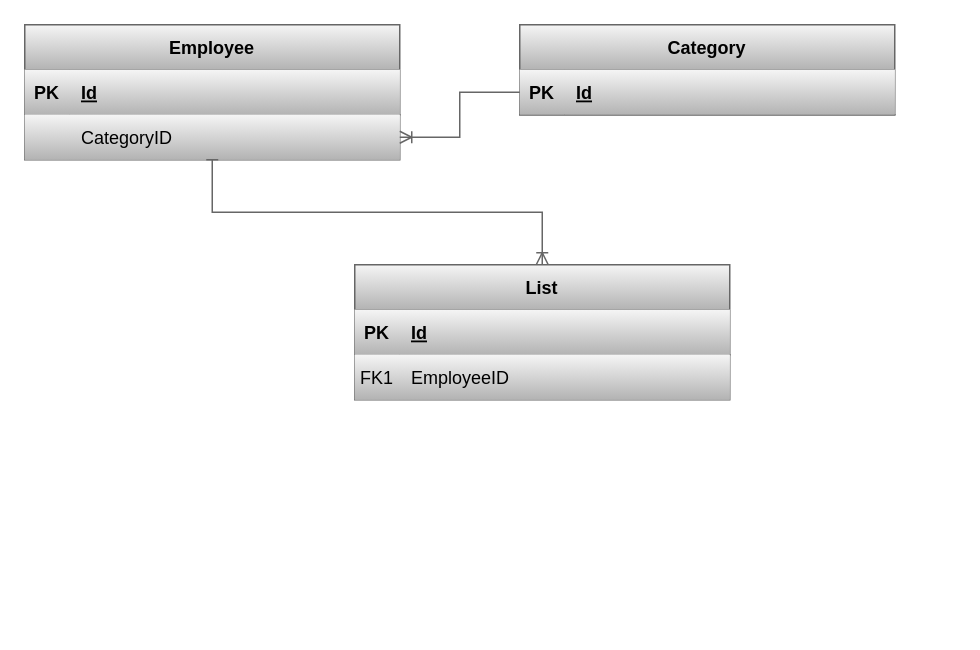
Above: Diagrama sin título.drawio in Guitarra2428/DBADiagram (draw.io), before the change. Source tidied: cells renumbered, new cells numbered last; positions are measured from the earlier drawing's top-left corner, leaving out a move shared by most shapes. Both pictures are drawn from the tidied source at 150%, with x=0, y=0 at pixel (24, 24).
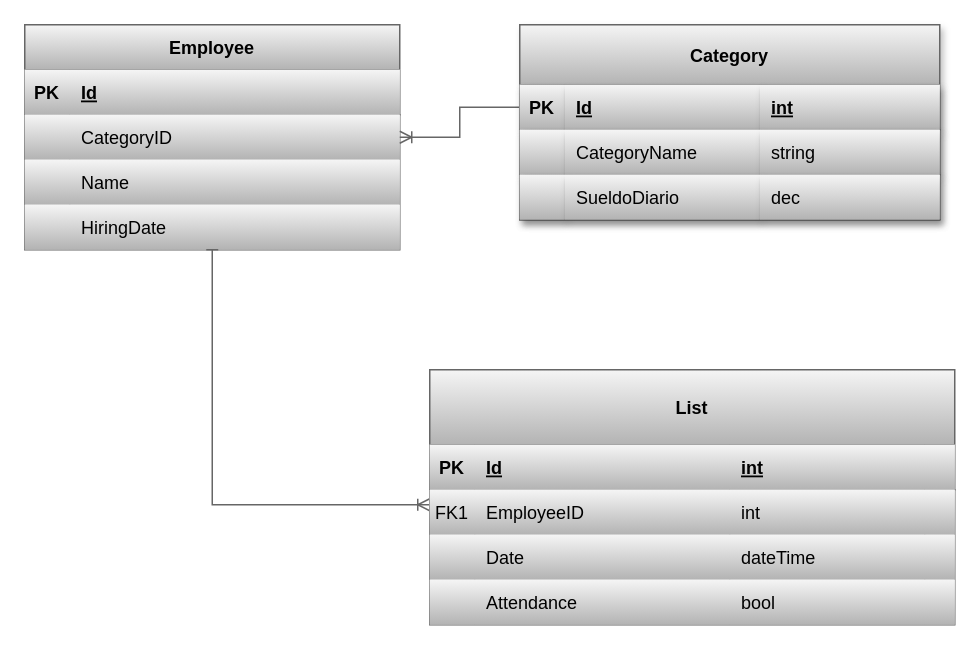
Above is the later version.

Diff of the diagram source:
```diff
@@
-    <mxCell id="2" value="Category" style="shape=table;startSize=30;childLayout=tableLayout;rowLines=0;fontStyle=1;align=center;fillColor=#f5f5f5;strokeColor=#666666;gradientColor=#b3b3b3;rounded=0;" parent="1" vertex="1">
-      <mxGeometry x="330" width="250" height="60" as="geometry" />
-    </mxCell>
-    <mxCell id="3" style="shape=partialRectangle;fillColor=#f5f5f5;points=[[0,0.5],[1,0.5]];portConstraint=eastwest;top=0;left=0;right=0;bottom=1;strokeColor=#666666;gradientColor=#b3b3b3;rounded=0;" parent="2" vertex="1">
-      <mxGeometry y="30" width="250" height="30" as="geometry" />
-    </mxCell>
-    <mxCell id="4" value="PK" style="shape=partialRectangle;overflow=hidden;fillColor=#f5f5f5;top=0;left=0;bottom=0;right=0;fontStyle=1;strokeColor=#666666;gradientColor=#b3b3b3;rounded=0;" parent="3" vertex="1">
-      <mxGeometry width="30" height="30" as="geometry" />
-    </mxCell>
-    <mxCell id="5" value="Id" style="shape=partialRectangle;overflow=hidden;fillColor=#f5f5f5;top=0;left=0;bottom=0;right=0;align=left;spacingLeft=6;fontStyle=5;strokeColor=#666666;gradientColor=#b3b3b3;rounded=0;" parent="3" vertex="1">
-      <mxGeometry x="30" width="220" height="30" as="geometry" />
-    </mxCell>
     <mxCell id="6" value="Employee" style="shape=table;startSize=30;childLayout=tableLayout;rowLines=0;fontStyle=1;align=center;fillColor=#f5f5f5;strokeColor=#666666;gradientColor=#b3b3b3;rounded=0;" parent="1" vertex="1">
-      <mxGeometry width="250" height="90" as="geometry" />
+      <mxGeometry width="250" height="150" as="geometry" />
     </mxCell>
@@
+    <mxCell id="22" style="shape=partialRectangle;fillColor=#f5f5f5;top=0;left=0;right=0;bottom=0;strokeColor=#666666;gradientColor=#b3b3b3;rounded=0;" parent="6" vertex="1">
+      <mxGeometry y="90" width="250" height="30" as="geometry" />
+    </mxCell>
+    <mxCell id="23" style="shape=partialRectangle;overflow=hidden;fillColor=#f5f5f5;top=0;left=0;bottom=0;right=0;strokeColor=#666666;gradientColor=#b3b3b3;rounded=0;" parent="22" vertex="1">
+      <mxGeometry width="30" height="30" as="geometry" />
+    </mxCell>
+    <mxCell id="24" value="Name" style="shape=partialRectangle;overflow=hidden;fillColor=#f5f5f5;top=0;left=0;bottom=0;right=0;align=left;spacingLeft=6;strokeColor=#666666;gradientColor=#b3b3b3;rounded=0;" parent="22" vertex="1">
+      <mxGeometry x="30" width="220" height="30" as="geometry" />
+    </mxCell>
+    <mxCell id="25" style="shape=partialRectangle;fillColor=#f5f5f5;top=0;left=0;right=0;bottom=0;strokeColor=#666666;gradientColor=#b3b3b3;rounded=0;" parent="6" vertex="1">
+      <mxGeometry y="120" width="250" height="30" as="geometry" />
+    </mxCell>
+    <mxCell id="26" style="shape=partialRectangle;overflow=hidden;fillColor=#f5f5f5;top=0;left=0;bottom=0;right=0;strokeColor=#666666;gradientColor=#b3b3b3;rounded=0;" parent="25" vertex="1">
+      <mxGeometry width="30" height="30" as="geometry" />
+    </mxCell>
+    <mxCell id="27" value="HiringDate" style="shape=partialRectangle;overflow=hidden;fillColor=#f5f5f5;top=0;left=0;bottom=0;right=0;align=left;spacingLeft=6;strokeColor=#666666;gradientColor=#b3b3b3;rounded=0;" parent="25" vertex="1">
+      <mxGeometry x="30" width="220" height="30" as="geometry" />
+    </mxCell>
@@
     <mxCell id="14" style="edgeStyle=orthogonalEdgeStyle;rounded=0;jettySize=auto;html=1;endArrow=baseDash;endFill=0;startArrow=ERoneToMany;startFill=0;fillColor=#f5f5f5;strokeColor=#666666;gradientColor=#b3b3b3;entryX=0.5;entryY=1;entryDx=0;entryDy=0;" parent="1" edge="1" source="15" target="6">
-      <mxGeometry relative="1" as="geometry" />
+      <mxGeometry relative="1" as="geometry">
+        <Array as="points">
+          <mxPoint x="125" y="320" />
+        </Array>
+      </mxGeometry>
     </mxCell>
-    <mxCell id="15" value="List" style="shape=table;startSize=30;childLayout=tableLayout;rowLines=0;fontStyle=1;align=center;fillColor=#f5f5f5;strokeColor=#666666;gradientColor=#b3b3b3;rounded=0;" parent="1" vertex="1">
-      <mxGeometry x="220" y="160" width="250" height="90" as="geometry" />
+    <mxCell id="15" value="List" style="shape=table;startSize=50;childLayout=tableLayout;rowLines=0;fontStyle=1;align=center;fillColor=#f5f5f5;strokeColor=#666666;gradientColor=#b3b3b3;rounded=0;" parent="1" vertex="1">
+      <mxGeometry x="270" y="230" width="350" height="170" as="geometry" />
     </mxCell>
     <mxCell id="16" style="shape=partialRectangle;fillColor=#f5f5f5;top=0;left=0;right=0;bottom=1;strokeColor=#666666;gradientColor=#b3b3b3;rounded=0;" parent="15" vertex="1">
-      <mxGeometry y="30" width="250" height="30" as="geometry" />
+      <mxGeometry y="50" width="350" height="30" as="geometry" />
     </mxCell>
@@
     <mxCell id="18" value="Id" style="shape=partialRectangle;overflow=hidden;fillColor=#f5f5f5;top=0;left=0;bottom=0;right=0;align=left;spacingLeft=6;fontStyle=5;strokeColor=#666666;gradientColor=#b3b3b3;rounded=0;" parent="16" vertex="1">
-      <mxGeometry x="30" width="220" height="30" as="geometry" />
+      <mxGeometry x="30" width="170" height="30" as="geometry" />
     </mxCell>
+    <mxCell id="28" value="int" style="shape=partialRectangle;overflow=hidden;fillColor=#f5f5f5;top=0;left=0;bottom=0;right=0;align=left;spacingLeft=6;fontStyle=5;strokeColor=#666666;gradientColor=#b3b3b3;rounded=0;" parent="16" vertex="1">
+      <mxGeometry x="200" width="130" height="30" as="geometry" />
+    </mxCell>
+    <mxCell id="29" style="shape=partialRectangle;overflow=hidden;fillColor=#f5f5f5;top=0;left=0;bottom=0;right=0;align=left;spacingLeft=6;fontStyle=5;strokeColor=#666666;gradientColor=#b3b3b3;rounded=0;" parent="16" vertex="1">
+      <mxGeometry x="330" width="20" height="30" as="geometry" />
+    </mxCell>
     <mxCell id="19" style="shape=partialRectangle;fillColor=#f5f5f5;top=0;left=0;right=0;bottom=0;strokeColor=#666666;gradientColor=#b3b3b3;rounded=0;" parent="15" vertex="1">
-      <mxGeometry y="60" width="250" height="30" as="geometry" />
+      <mxGeometry y="80" width="350" height="30" as="geometry" />
     </mxCell>
@@
     <mxCell id="21" value="EmployeeID" style="shape=partialRectangle;overflow=hidden;fillColor=#f5f5f5;top=0;left=0;bottom=0;right=0;align=left;spacingLeft=6;strokeColor=#666666;gradientColor=#b3b3b3;rounded=0;" parent="19" vertex="1">
-      <mxGeometry x="30" width="220" height="30" as="geometry" />
+      <mxGeometry x="30" width="170" height="30" as="geometry" />
     </mxCell>
+    <mxCell id="30" value="int" style="shape=partialRectangle;overflow=hidden;fillColor=#f5f5f5;top=0;left=0;bottom=0;right=0;align=left;spacingLeft=6;strokeColor=#666666;gradientColor=#b3b3b3;rounded=0;" parent="19" vertex="1">
+      <mxGeometry x="200" width="130" height="30" as="geometry" />
+    </mxCell>
+    <mxCell id="31" style="shape=partialRectangle;overflow=hidden;fillColor=#f5f5f5;top=0;left=0;bottom=0;right=0;align=left;spacingLeft=6;strokeColor=#666666;gradientColor=#b3b3b3;rounded=0;" parent="19" vertex="1">
+      <mxGeometry x="330" width="20" height="30" as="geometry" />
+    </mxCell>
+    <mxCell id="32" style="shape=partialRectangle;fillColor=#f5f5f5;top=0;left=0;right=0;bottom=0;strokeColor=#666666;gradientColor=#b3b3b3;rounded=0;" parent="15" vertex="1">
+      <mxGeometry y="110" width="350" height="30" as="geometry" />
+    </mxCell>
+    <mxCell id="33" style="shape=partialRectangle;overflow=hidden;fillColor=#f5f5f5;top=0;left=0;bottom=0;right=0;strokeColor=#666666;gradientColor=#b3b3b3;rounded=0;" parent="32" vertex="1">
+      <mxGeometry width="30" height="30" as="geometry" />
+    </mxCell>
+    <mxCell id="34" value="Date" style="shape=partialRectangle;overflow=hidden;fillColor=#f5f5f5;top=0;left=0;bottom=0;right=0;align=left;spacingLeft=6;strokeColor=#666666;gradientColor=#b3b3b3;rounded=0;" parent="32" vertex="1">
+      <mxGeometry x="30" width="170" height="30" as="geometry" />
+    </mxCell>
+    <mxCell id="35" value="dateTime " style="shape=partialRectangle;overflow=hidden;fillColor=#f5f5f5;top=0;left=0;bottom=0;right=0;align=left;spacingLeft=6;strokeColor=#666666;gradientColor=#b3b3b3;rounded=0;" parent="32" vertex="1">
+      <mxGeometry x="200" width="130" height="30" as="geometry" />
+    </mxCell>
+    <mxCell id="36" style="shape=partialRectangle;overflow=hidden;fillColor=#f5f5f5;top=0;left=0;bottom=0;right=0;align=left;spacingLeft=6;strokeColor=#666666;gradientColor=#b3b3b3;rounded=0;" parent="32" vertex="1">
+      <mxGeometry x="330" width="20" height="30" as="geometry" />
+    </mxCell>
+    <mxCell id="37" style="shape=partialRectangle;fillColor=#f5f5f5;top=0;left=0;right=0;bottom=0;strokeColor=#666666;gradientColor=#b3b3b3;rounded=0;" parent="15" vertex="1">
+      <mxGeometry y="140" width="350" height="30" as="geometry" />
+    </mxCell>
+    <mxCell id="38" style="shape=partialRectangle;overflow=hidden;fillColor=#f5f5f5;top=0;left=0;bottom=0;right=0;strokeColor=#666666;gradientColor=#b3b3b3;rounded=0;" parent="37" vertex="1">
+      <mxGeometry width="30" height="30" as="geometry" />
+    </mxCell>
+    <mxCell id="39" value="Attendance" style="shape=partialRectangle;overflow=hidden;fillColor=#f5f5f5;top=0;left=0;bottom=0;right=0;align=left;spacingLeft=6;strokeColor=#666666;gradientColor=#b3b3b3;rounded=0;" parent="37" vertex="1">
+      <mxGeometry x="30" width="170" height="30" as="geometry" />
+    </mxCell>
+    <mxCell id="40" value="bool" style="shape=partialRectangle;overflow=hidden;fillColor=#f5f5f5;top=0;left=0;bottom=0;right=0;align=left;spacingLeft=6;strokeColor=#666666;gradientColor=#b3b3b3;rounded=0;" parent="37" vertex="1">
+      <mxGeometry x="200" width="130" height="30" as="geometry" />
+    </mxCell>
+    <mxCell id="41" style="shape=partialRectangle;overflow=hidden;fillColor=#f5f5f5;top=0;left=0;bottom=0;right=0;align=left;spacingLeft=6;strokeColor=#666666;gradientColor=#b3b3b3;rounded=0;" parent="37" vertex="1">
+      <mxGeometry x="330" width="20" height="30" as="geometry" />
+    </mxCell>
+    <mxCell id="2" value="Category" style="shape=table;startSize=40;childLayout=tableLayout;rowLines=0;fontStyle=1;align=center;fillColor=#f5f5f5;strokeColor=#666666;gradientColor=#b3b3b3;rounded=0;shadow=1;" parent="1" vertex="1">
+      <mxGeometry x="330" width="280" height="130" as="geometry" />
+    </mxCell>
+    <mxCell id="3" style="shape=partialRectangle;fillColor=#f5f5f5;points=[[0,0.5],[1,0.5]];portConstraint=eastwest;top=0;left=0;right=0;bottom=1;strokeColor=#666666;gradientColor=#b3b3b3;rounded=0;shadow=1;" parent="2" vertex="1">
+      <mxGeometry y="40" width="280" height="30" as="geometry" />
+    </mxCell>
+    <mxCell id="4" value="PK" style="shape=partialRectangle;overflow=hidden;fillColor=#f5f5f5;top=0;left=0;bottom=0;right=0;fontStyle=1;strokeColor=#666666;gradientColor=#b3b3b3;rounded=0;shadow=1;" parent="3" vertex="1">
+      <mxGeometry width="30" height="30" as="geometry" />
+    </mxCell>
+    <mxCell id="5" value="Id" style="shape=partialRectangle;overflow=hidden;fillColor=#f5f5f5;top=0;left=0;bottom=0;right=0;align=left;spacingLeft=6;fontStyle=5;strokeColor=#666666;gradientColor=#b3b3b3;rounded=0;shadow=1;" parent="3" vertex="1">
+      <mxGeometry x="30" width="130" height="30" as="geometry" />
+    </mxCell>
+    <mxCell id="42" value="int" style="shape=partialRectangle;overflow=hidden;fillColor=#f5f5f5;top=0;left=0;bottom=0;right=0;align=left;spacingLeft=6;fontStyle=5;strokeColor=#666666;gradientColor=#b3b3b3;rounded=0;shadow=1;" parent="3" vertex="1">
+      <mxGeometry x="160" width="120" height="30" as="geometry" />
+    </mxCell>
+    <mxCell id="43" style="shape=partialRectangle;fillColor=#f5f5f5;top=0;left=0;right=0;bottom=1;strokeColor=#666666;gradientColor=#b3b3b3;rounded=0;shadow=1;" parent="2" vertex="1">
+      <mxGeometry y="70" width="280" height="30" as="geometry" />
+    </mxCell>
+    <mxCell id="44" style="shape=partialRectangle;overflow=hidden;fillColor=#f5f5f5;top=0;left=0;bottom=0;right=0;fontStyle=1;strokeColor=#666666;gradientColor=#b3b3b3;rounded=0;shadow=1;" parent="43" vertex="1">
+      <mxGeometry width="30" height="30" as="geometry" />
+    </mxCell>
+    <mxCell id="45" value="CategoryName" style="shape=partialRectangle;overflow=hidden;fillColor=#f5f5f5;top=0;left=0;bottom=0;right=0;align=left;spacingLeft=6;fontStyle=0;strokeColor=#666666;gradientColor=#b3b3b3;rounded=0;shadow=1;" parent="43" vertex="1">
+      <mxGeometry x="30" width="130" height="30" as="geometry" />
+    </mxCell>
+    <mxCell id="46" value="string" style="shape=partialRectangle;overflow=hidden;fillColor=#f5f5f5;top=0;left=0;bottom=0;right=0;align=left;spacingLeft=6;fontStyle=0;strokeColor=#666666;gradientColor=#b3b3b3;rounded=0;shadow=1;" parent="43" vertex="1">
+      <mxGeometry x="160" width="120" height="30" as="geometry" />
+    </mxCell>
+    <mxCell id="47" style="shape=partialRectangle;fillColor=#f5f5f5;top=0;left=0;right=0;bottom=1;strokeColor=#666666;gradientColor=#b3b3b3;rounded=0;shadow=1;" parent="2" vertex="1">
+      <mxGeometry y="100" width="280" height="30" as="geometry" />
+    </mxCell>
+    <mxCell id="48" style="shape=partialRectangle;overflow=hidden;fillColor=#f5f5f5;top=0;left=0;bottom=0;right=0;fontStyle=1;strokeColor=#666666;gradientColor=#b3b3b3;rounded=0;shadow=1;" parent="47" vertex="1">
+      <mxGeometry width="30" height="30" as="geometry" />
+    </mxCell>
+    <mxCell id="49" value="SueldoDiario " style="shape=partialRectangle;overflow=hidden;fillColor=#f5f5f5;top=0;left=0;bottom=0;right=0;align=left;spacingLeft=6;fontStyle=0;strokeColor=#666666;gradientColor=#b3b3b3;rounded=0;shadow=1;" parent="47" vertex="1">
+      <mxGeometry x="30" width="130" height="30" as="geometry" />
+    </mxCell>
+    <mxCell id="50" value="dec" style="shape=partialRectangle;overflow=hidden;fillColor=#f5f5f5;top=0;left=0;bottom=0;right=0;align=left;spacingLeft=6;fontStyle=0;strokeColor=#666666;gradientColor=#b3b3b3;rounded=0;shadow=1;" parent="47" vertex="1">
+      <mxGeometry x="160" width="120" height="30" as="geometry" />
+    </mxCell>
```
